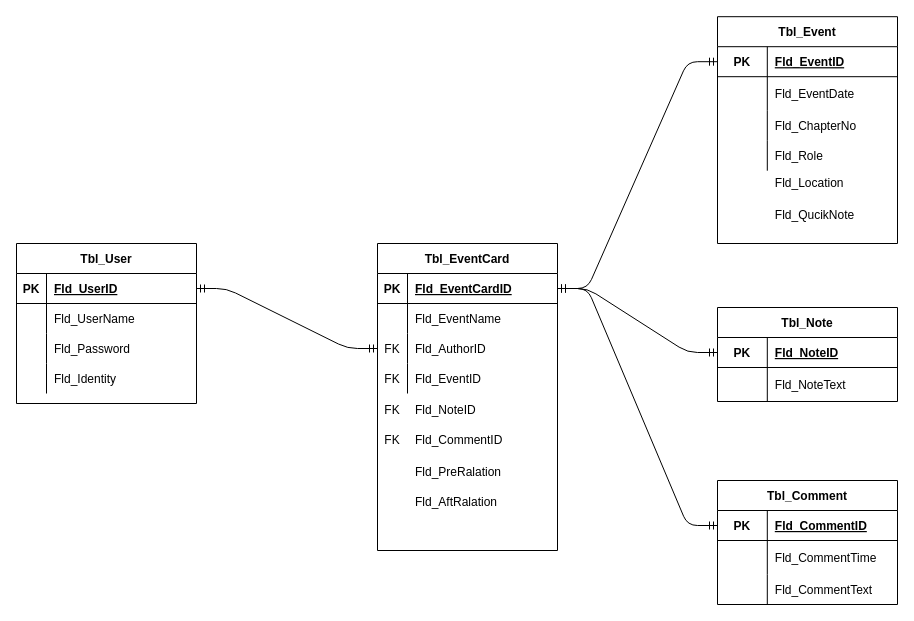
Above: Document/Diagram/DatabaseDiagram/DatabaseDiagram.drawio in Fei-D20/D20_2nd_semester_final_exam_project (draw.io), before the change. Source tidied: cells renumbered, new cells numbered last; positions are measured from the earlier drawing's top-left corner, leaving out a move shared by most shapes. Both pictures are drawn from the tidied source at 100%, with x=0, y=0 at pixel (16, 16).
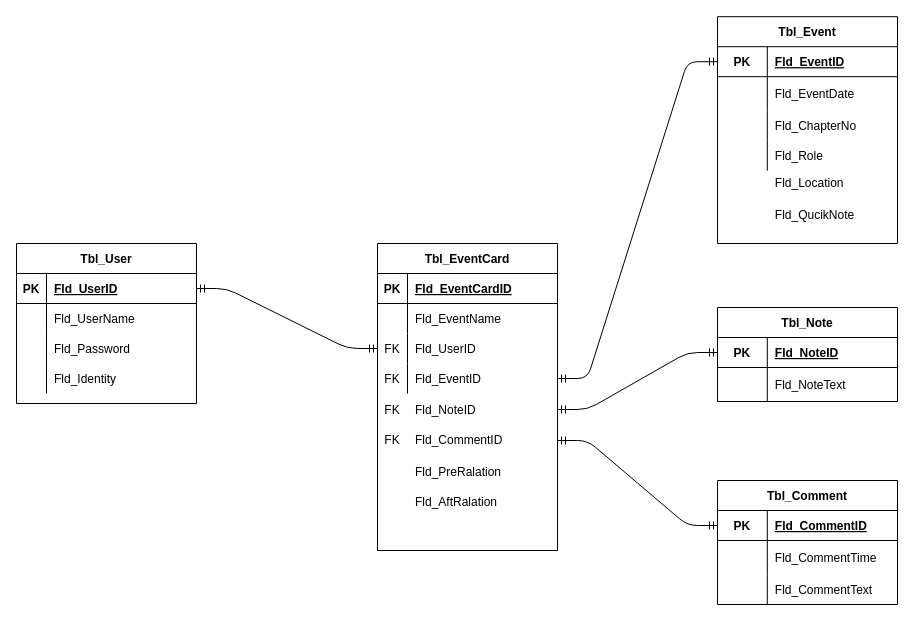
After the change.

Commit message:
changed AuthorId to UserId

Unchanged cells that the change refers to:
```xml
<mxCell id="19" style="shape=partialRectangle;fillColor=none;top=0;left=0;bottom=1;right=0;points=[[0,0.5],[1,0.5]];portConstraint=eastwest;" parent="18" vertex="1">
  <mxGeometry y="30" width="180" height="30" as="geometry" />
</mxCell>
<mxCell id="34" style="shape=partialRectangle;fillColor=none;top=0;left=0;bottom=1;right=0;points=[[0,0.5],[1,0.5]];portConstraint=eastwest;" parent="33" vertex="1">
  <mxGeometry y="30" width="180" height="30" as="geometry" />
</mxCell>
<mxCell id="43" style="shape=partialRectangle;fillColor=none;top=0;left=0;bottom=1;right=0;points=[[0,0.5],[1,0.5]];portConstraint=eastwest;" parent="42" vertex="1">
  <mxGeometry y="30" width="180" height="30" as="geometry" />
</mxCell>
<mxCell id="55" style="shape=partialRectangle;fillColor=none;top=0;left=0;bottom=1;right=0;points=[[0,0.5],[1,0.5]];portConstraint=eastwest;" parent="54" vertex="1">
  <mxGeometry y="30" width="180" height="30" as="geometry" />
</mxCell>
<mxCell id="61" style="shape=partialRectangle;fillColor=none;top=0;left=0;bottom=0;right=0;points=[[0,0.5],[1,0.5]];portConstraint=eastwest;" parent="54" vertex="1">
  <mxGeometry y="90" width="180" height="30" as="geometry" />
</mxCell>
<mxCell id="64" style="shape=partialRectangle;fillColor=none;top=0;left=0;bottom=0;right=0;points=[[0,0.5],[1,0.5]];portConstraint=eastwest;" parent="54" vertex="1">
  <mxGeometry y="120" width="180" height="30" as="geometry" />
</mxCell>
```

The edit, as a diff of the source:
```diff
@@
-    <mxCell id="16" style="edgeStyle=entityRelationEdgeStyle;fontSize=12;html=1;endArrow=ERmandOne;startArrow=ERmandOne;" parent="1" edge="1" source="55" target="34">
-      <mxGeometry relative="1" as="geometry" />
+    <mxCell id="16" style="edgeStyle=entityRelationEdgeStyle;fontSize=12;html=1;endArrow=ERmandOne;startArrow=ERmandOne;" parent="1" edge="1" target="34">
+      <mxGeometry relative="1" as="geometry">
+        <mxPoint x="541" y="393" as="sourcePoint" />
+      </mxGeometry>
     </mxCell>
@@
-    <mxCell id="40" style="edgeStyle=entityRelationEdgeStyle;fontSize=12;html=1;endArrow=ERmandOne;startArrow=ERmandOne;" parent="1" edge="1" source="55" target="19">
+    <mxCell id="40" style="edgeStyle=entityRelationEdgeStyle;fontSize=12;html=1;endArrow=ERmandOne;startArrow=ERmandOne;exitX=1;exitY=0.5;exitDx=0;exitDy=0;" parent="1" edge="1" source="64" target="19">
       <mxGeometry relative="1" as="geometry" />
     </mxCell>
@@
-    <mxCell id="52" style="edgeStyle=entityRelationEdgeStyle;fontSize=12;html=1;endArrow=ERmandOne;startArrow=ERmandOne;" parent="1" edge="1" source="55" target="43">
-      <mxGeometry relative="1" as="geometry" />
+    <mxCell id="52" style="edgeStyle=entityRelationEdgeStyle;fontSize=12;html=1;endArrow=ERmandOne;startArrow=ERmandOne;" parent="1" edge="1" target="43">
+      <mxGeometry relative="1" as="geometry">
+        <mxPoint x="541" y="424" as="sourcePoint" />
+      </mxGeometry>
     </mxCell>
@@
-    <mxCell id="63" value="Fld_AuthorID" style="shape=partialRectangle;fillColor=none;top=0;left=0;bottom=0;right=0;align=left;spacingLeft=6;overflow=hidden;" parent="61" vertex="1">
+    <mxCell id="63" value="Fld_UserID" style="shape=partialRectangle;fillColor=none;top=0;left=0;bottom=0;right=0;align=left;spacingLeft=6;overflow=hidden;" parent="61" vertex="1">
       <mxGeometry x="30" width="150" height="30" as="geometry" />
     </mxCell>
```
